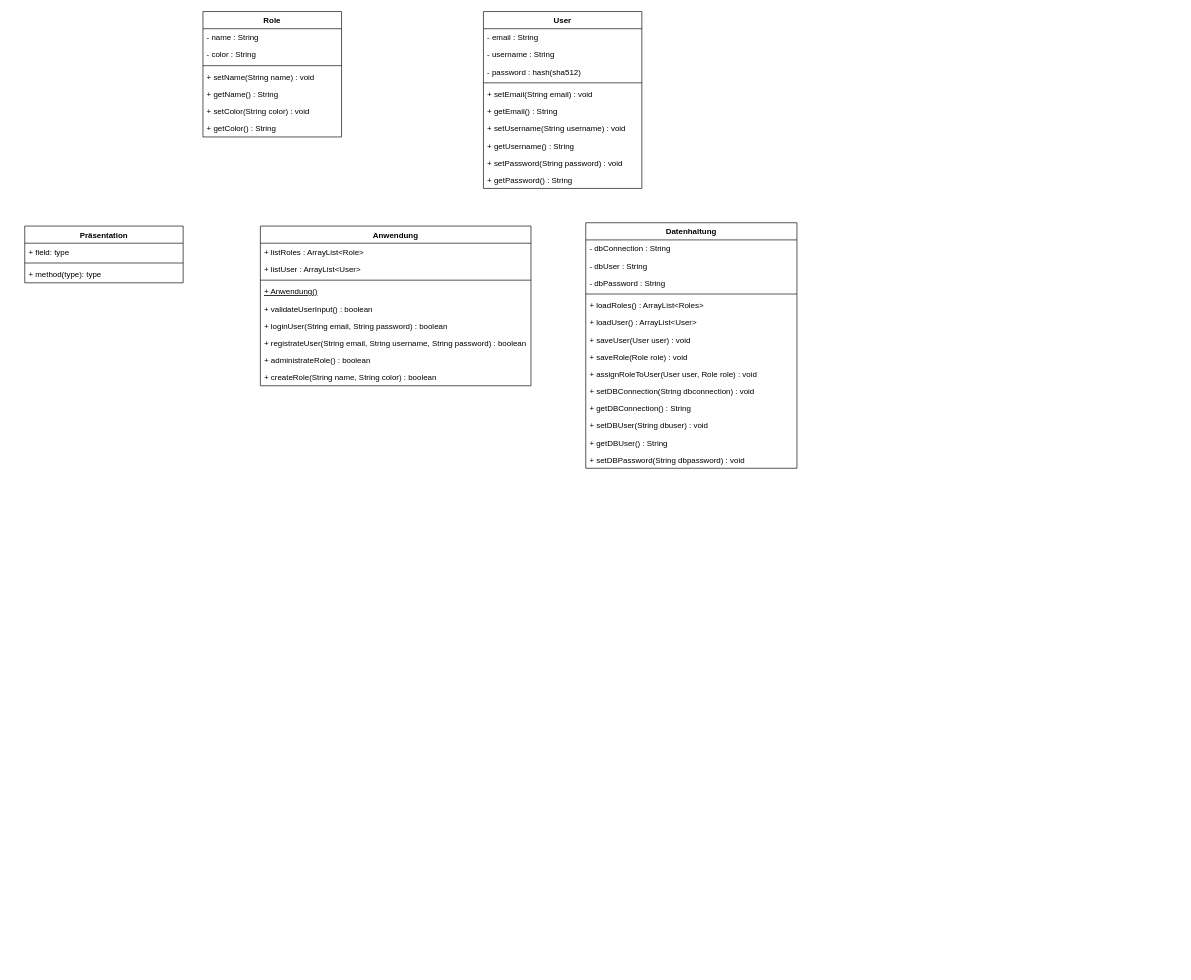
The draw.io diagram doc/functionality.drawio in STK-Students/Quest-Editor, before the edit. Source tidied: cells renumbered, new cells numbered last; positions are measured from the earlier drawing's top-left corner, leaving out a move shared by most shapes. Both pictures are drawn from the tidied source at 66%, with x=0, y=0 at pixel (24, 11).
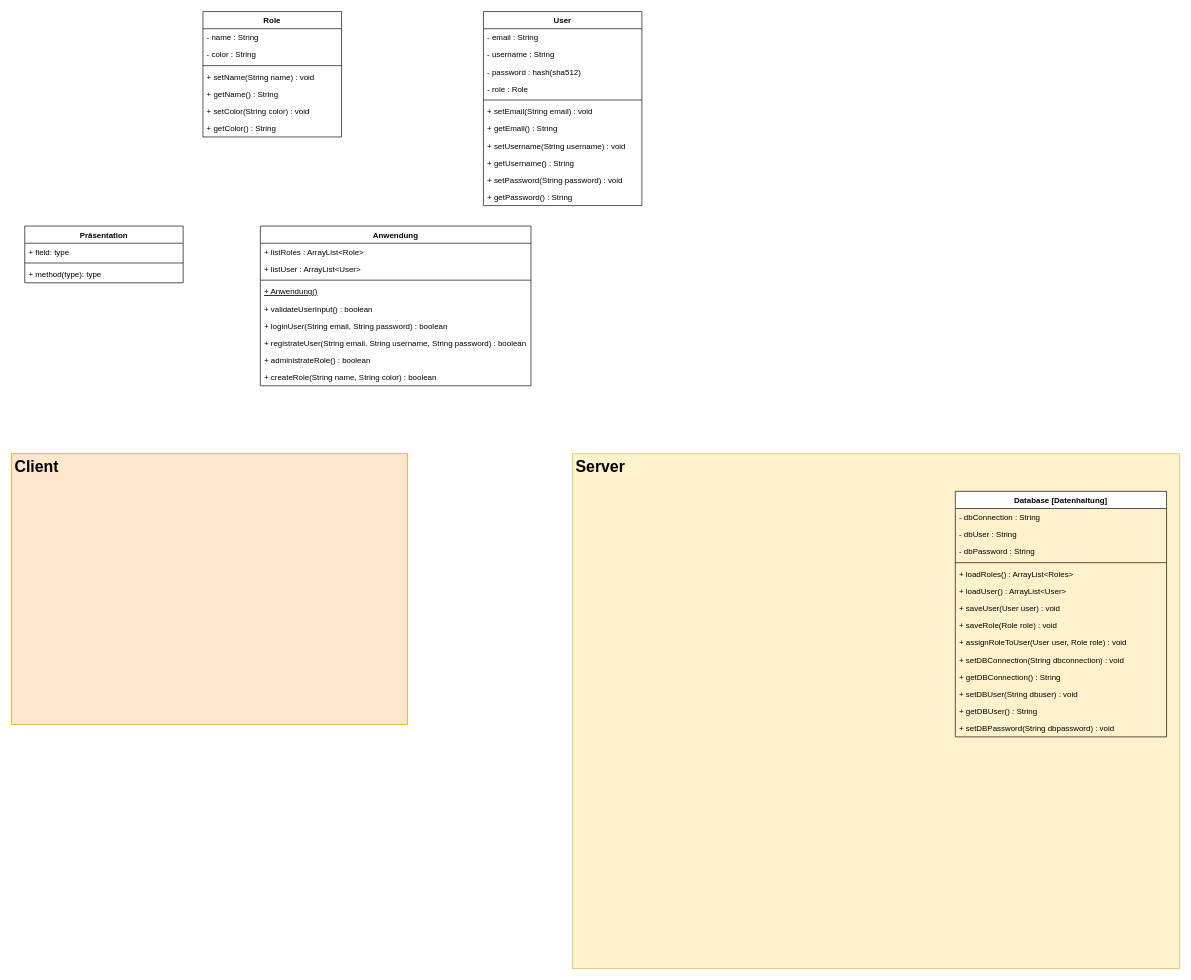
The same page after the edit.

Change to the diagram source:
```diff
@@
+    <mxCell id="50" style="rounded=0;whiteSpace=wrap;html=1;fillColor=#ffe6cc;strokeColor=#d79b00;" parent="1" vertex="1">
+      <mxGeometry x="-20" y="670" width="600" height="410" as="geometry" />
+    </mxCell>
+    <mxCell id="51" style="rounded=0;whiteSpace=wrap;html=1;fillColor=#fff2cc;strokeColor=#d6b656;" parent="1" vertex="1">
+      <mxGeometry x="830" y="670" width="920" height="780" as="geometry" />
+    </mxCell>
-    <mxCell id="2" value="Datenhaltung" style="swimlane;fontStyle=1;align=center;verticalAlign=top;horizontal=1;startSize=26;" parent="1" vertex="1">
-      <mxGeometry x="850" y="320" width="320" height="372" as="geometry" />
+    <mxCell id="2" value="Database [Datenhaltung]" style="swimlane;fontStyle=1;align=center;verticalAlign=top;horizontal=1;startSize=26;fillColor=default;" parent="1" vertex="1">
+      <mxGeometry x="1410" y="727" width="320" height="372" as="geometry" />
     </mxCell>
@@
     <mxCell id="39" value="User" style="swimlane;fontStyle=1;align=center;verticalAlign=top;horizontal=1;startSize=26;" parent="1" vertex="1">
-      <mxGeometry x="695" width="240" height="268" as="geometry" />
+      <mxGeometry x="695" width="240" height="294" as="geometry" />
     </mxCell>
@@
+    <mxCell id="52" value="- role : Role" style="text;strokeColor=none;fillColor=none;align=left;verticalAlign=top;spacingLeft=4;spacingRight=4;overflow=hidden;" parent="39" vertex="1">
+      <mxGeometry y="104" width="240" height="26" as="geometry" />
+    </mxCell>
     <mxCell id="43" style="line;strokeWidth=1;fillColor=none;align=left;verticalAlign=middle;spacingTop=-1;spacingLeft=3;spacingRight=3;labelPosition=right;" parent="39" vertex="1">
-      <mxGeometry y="104" width="240" height="8" as="geometry" />
+      <mxGeometry y="130" width="240" height="8" as="geometry" />
     </mxCell>
     <mxCell id="44" value="+ setEmail(String email) : void" style="text;strokeColor=none;fillColor=none;align=left;verticalAlign=top;spacingLeft=4;spacingRight=4;overflow=hidden;" parent="39" vertex="1">
-      <mxGeometry y="112" width="240" height="26" as="geometry" />
+      <mxGeometry y="138" width="240" height="26" as="geometry" />
     </mxCell>
     <mxCell id="45" value="+ getEmail() : String" style="text;strokeColor=none;fillColor=none;align=left;verticalAlign=top;spacingLeft=4;spacingRight=4;overflow=hidden;" parent="39" vertex="1">
-      <mxGeometry y="138" width="240" height="26" as="geometry" />
+      <mxGeometry y="164" width="240" height="26" as="geometry" />
     </mxCell>
     <mxCell id="46" value="+ setUsername(String username) : void" style="text;strokeColor=none;fillColor=none;align=left;verticalAlign=top;spacingLeft=4;spacingRight=4;overflow=hidden;" parent="39" vertex="1">
-      <mxGeometry y="164" width="240" height="26" as="geometry" />
+      <mxGeometry y="190" width="240" height="26" as="geometry" />
     </mxCell>
     <mxCell id="47" value="+ getUsername() : String" style="text;strokeColor=none;fillColor=none;align=left;verticalAlign=top;spacingLeft=4;spacingRight=4;overflow=hidden;" parent="39" vertex="1">
-      <mxGeometry y="190" width="240" height="26" as="geometry" />
+      <mxGeometry y="216" width="240" height="26" as="geometry" />
     </mxCell>
     <mxCell id="48" value="+ setPassword(String password) : void" style="text;strokeColor=none;fillColor=none;align=left;verticalAlign=top;spacingLeft=4;spacingRight=4;overflow=hidden;" parent="39" vertex="1">
-      <mxGeometry y="216" width="240" height="26" as="geometry" />
+      <mxGeometry y="242" width="240" height="26" as="geometry" />
     </mxCell>
     <mxCell id="49" value="+ getPassword() : String" style="text;strokeColor=none;fillColor=none;align=left;verticalAlign=top;spacingLeft=4;spacingRight=4;overflow=hidden;" parent="39" vertex="1">
-      <mxGeometry y="242" width="240" height="26" as="geometry" />
+      <mxGeometry y="268" width="240" height="26" as="geometry" />
     </mxCell>
+    <mxCell id="53" value="&lt;h1&gt;Client&lt;/h1&gt;" style="text;html=1;strokeColor=none;fillColor=none;spacing=5;spacingTop=-20;whiteSpace=wrap;overflow=hidden;rounded=0;" parent="1" vertex="1">
+      <mxGeometry x="-20" y="670" width="190" height="120" as="geometry" />
+    </mxCell>
+    <mxCell id="54" value="&lt;h1&gt;Server&lt;/h1&gt;" style="text;html=1;strokeColor=none;fillColor=none;spacing=5;spacingTop=-20;whiteSpace=wrap;overflow=hidden;rounded=0;" parent="1" vertex="1">
+      <mxGeometry x="830" y="670" width="190" height="120" as="geometry" />
+    </mxCell>
```
